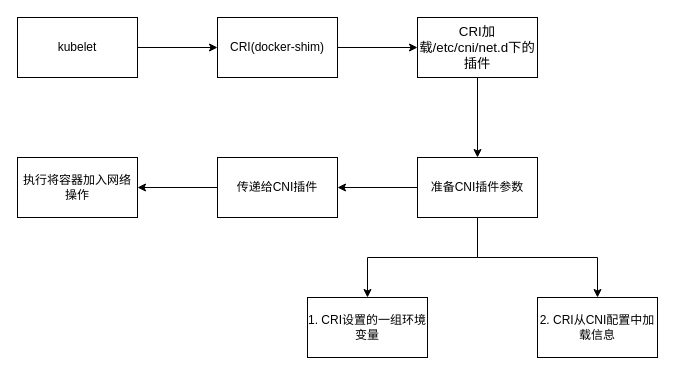
The draw.io diagram cni.drawio in helios741/plan, before the edit. Source tidied: cells renumbered, new cells numbered last; positions are measured from the earlier drawing's top-left corner, leaving out a move shared by most shapes. Both pictures are drawn from the tidied source at 100%, with x=0, y=0 at pixel (17, 17).
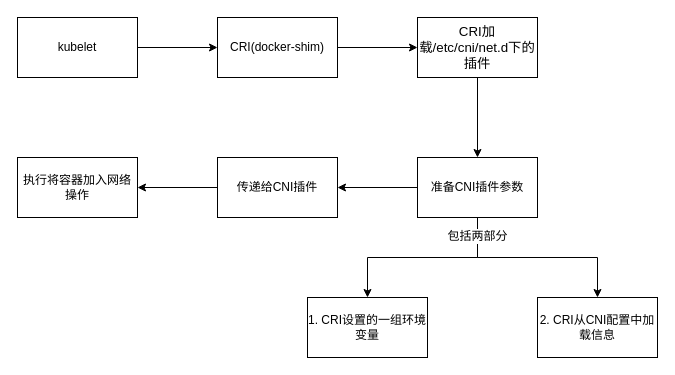
The same diagram, later.

What changed in the source:
```diff
@@
 <mxGraphModel>
   <root>
     <mxCell id="0" />
     <mxCell id="1" parent="0" />
     <mxCell id="2" style="edgeStyle=orthogonalEdgeStyle;rounded=0;jettySize=auto;html=1;" parent="1" edge="1" source="3" target="5">
       <mxGeometry relative="1" as="geometry" />
     </mxCell>
     <mxCell id="3" value="kubelet" style="rounded=0;whiteSpace=wrap;html=1;" parent="1" vertex="1">
       <mxGeometry width="120" height="60" as="geometry" />
     </mxCell>
     <mxCell id="4" style="edgeStyle=orthogonalEdgeStyle;rounded=0;jettySize=auto;html=1;" parent="1" edge="1" source="5" target="7">
       <mxGeometry relative="1" as="geometry" />
     </mxCell>
     <mxCell id="5" value="CRI(docker-shim)" style="rounded=0;whiteSpace=wrap;html=1;" parent="1" vertex="1">
       <mxGeometry x="200" width="120" height="60" as="geometry" />
     </mxCell>
     <mxCell id="6" style="edgeStyle=orthogonalEdgeStyle;rounded=0;jettySize=auto;html=1;" parent="1" edge="1" source="7" target="11">
       <mxGeometry relative="1" as="geometry" />
     </mxCell>
     <mxCell id="7" value="&lt;span style=&quot;font-size: 13.3333px&quot;&gt;CRI加载/etc/cni/net.d下的插件&lt;/span&gt;" style="rounded=0;whiteSpace=wrap;html=1;" parent="1" vertex="1">
       <mxGeometry x="400" width="120" height="60" as="geometry" />
     </mxCell>
     <mxCell id="8" style="edgeStyle=orthogonalEdgeStyle;rounded=0;jettySize=auto;html=1;" parent="1" edge="1" source="11" target="16">
       <mxGeometry relative="1" as="geometry" />
     </mxCell>
     <mxCell id="9" style="edgeStyle=orthogonalEdgeStyle;rounded=0;jettySize=auto;html=1;" parent="1" edge="1" source="11" target="15">
       <mxGeometry relative="1" as="geometry" />
     </mxCell>
+    <mxCell id="17" value="包括两部分" style="text;html=1;align=center;verticalAlign=middle;labelBackgroundColor=#ffffff;" parent="9" vertex="1">
+      <mxGeometry x="-0.82" y="-1" relative="1" as="geometry" />
+    </mxCell>
     <mxCell id="10" style="edgeStyle=orthogonalEdgeStyle;rounded=0;jettySize=auto;html=1;" parent="1" edge="1" source="11" target="13">
       <mxGeometry relative="1" as="geometry" />
     </mxCell>
     <mxCell id="11" value="准备CNI插件参数" style="rounded=0;whiteSpace=wrap;html=1;" parent="1" vertex="1">
       <mxGeometry x="400" y="140" width="120" height="60" as="geometry" />
     </mxCell>
     <mxCell id="12" style="edgeStyle=orthogonalEdgeStyle;rounded=0;jettySize=auto;html=1;" parent="1" edge="1" source="13" target="14">
       <mxGeometry relative="1" as="geometry" />
     </mxCell>
     <mxCell id="13" value="传递给CNI插件" style="rounded=0;whiteSpace=wrap;html=1;" parent="1" vertex="1">
       <mxGeometry x="200" y="140" width="120" height="60" as="geometry" />
     </mxCell>
     <mxCell id="14" value="执行将容器加入网络操作" style="rounded=0;whiteSpace=wrap;html=1;" parent="1" vertex="1">
       <mxGeometry y="140" width="120" height="60" as="geometry" />
     </mxCell>
     <mxCell id="15" value="2. CRI从CNI配置中加载信息" style="rounded=0;whiteSpace=wrap;html=1;" parent="1" vertex="1">
       <mxGeometry x="520" y="280" width="120" height="60" as="geometry" />
     </mxCell>
     <mxCell id="16" value="1. CRI设置的一组环境变量" style="rounded=0;whiteSpace=wrap;html=1;" parent="1" vertex="1">
       <mxGeometry x="290" y="280" width="120" height="60" as="geometry" />
     </mxCell>
   </root>
 </mxGraphModel>
```
